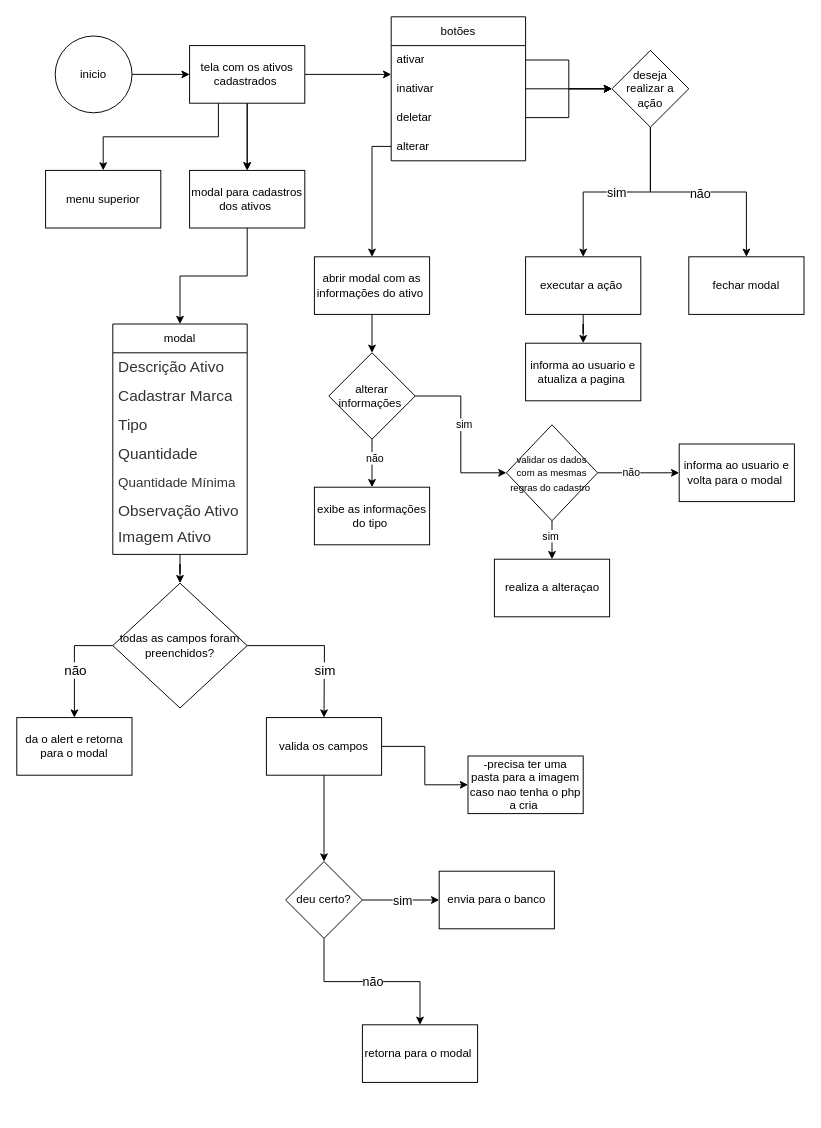
Samuel-Goulart/cadastro.ativos keeps this draw.io diagram as fluxogramas/listar_ativos.drawio. Above is the earlier version. Source tidied: cells renumbered, new cells numbered last; positions are measured from the earlier drawing's top-left corner, leaving out a move shared by most shapes. Both pictures are drawn from the tidied source at 96%, with x=0, y=0 at pixel (16, 16).
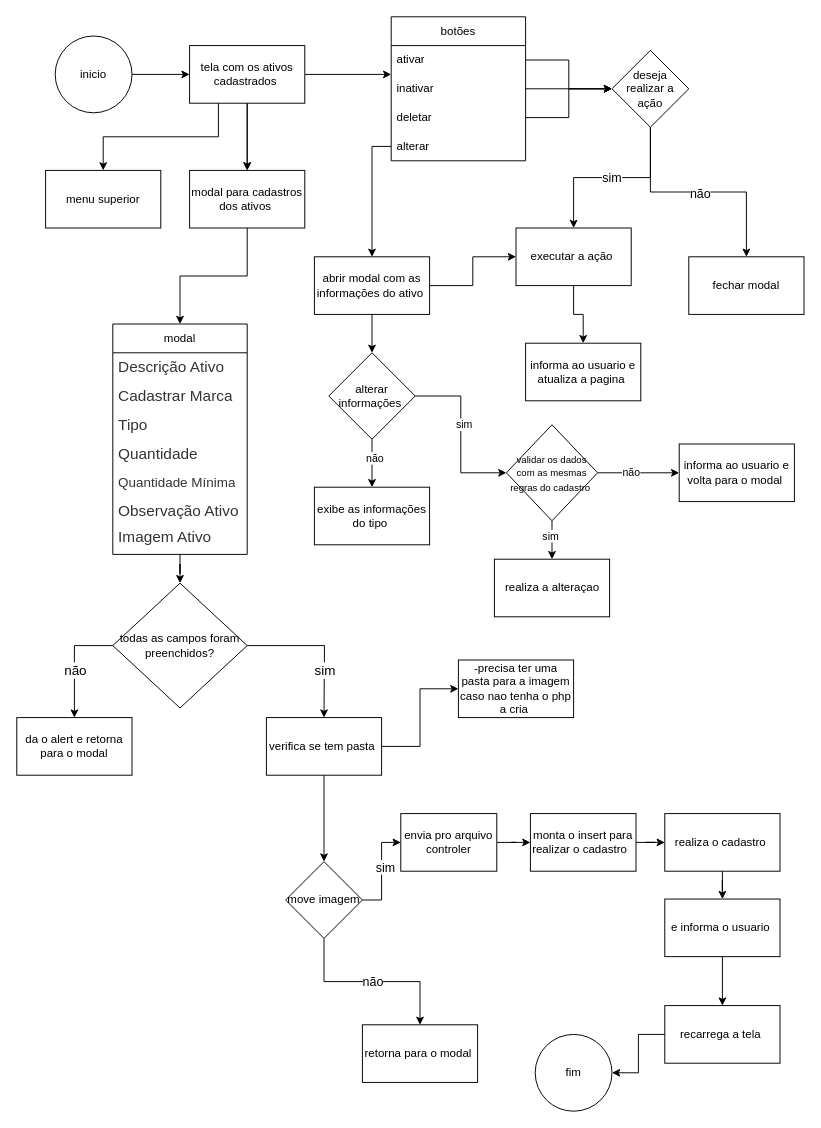
The same diagram, later.

The change refers to these unchanged cells:
```xml
<mxCell id="25" value="abrir modal com as informações do ativo&amp;nbsp;" style="rounded=0;whiteSpace=wrap;html=1;" parent="1" vertex="1">
  <mxGeometry x="310" y="250" width="120" height="60" as="geometry" />
</mxCell>
```

Change to the diagram source:
```diff
@@
     <mxCell id="22" value="executar a ação&amp;nbsp;" style="whiteSpace=wrap;html=1;" parent="1" vertex="1">
-      <mxGeometry x="530" y="250" width="120" height="60" as="geometry" />
+      <mxGeometry x="520" y="220" width="120" height="60" as="geometry" />
     </mxCell>
@@
+    <mxCell id="70" style="edgeStyle=orthogonalEdgeStyle;rounded=0;jettySize=auto;html=1;" parent="1" edge="1" source="25" target="22">
+      <mxGeometry relative="1" as="geometry" />
+    </mxCell>
@@
-    <mxCell id="61" value="valida os campos" style="rounded=0;whiteSpace=wrap;html=1;" parent="1" vertex="1">
+    <mxCell id="61" value="verifica se tem pasta&amp;nbsp;" style="rounded=0;whiteSpace=wrap;html=1;" parent="1" vertex="1">
       <mxGeometry x="260" y="730" width="120" height="60" as="geometry" />
     </mxCell>
     <mxCell id="62" value="-precisa ter uma pasta para a imagem caso nao tenha o php a cria&amp;nbsp;" style="rounded=0;whiteSpace=wrap;html=1;" parent="1" vertex="1">
-      <mxGeometry x="470" y="770" width="120" height="60" as="geometry" />
+      <mxGeometry x="460" y="670" width="120" height="60" as="geometry" />
     </mxCell>
@@
-    <mxCell id="67" value="deu certo?" style="rhombus;whiteSpace=wrap;html=1;rounded=0;" parent="1" vertex="1">
+    <mxCell id="67" value="move imagem" style="rhombus;whiteSpace=wrap;html=1;rounded=0;" parent="1" vertex="1">
       <mxGeometry x="280" y="880" width="80" height="80" as="geometry" />
     </mxCell>
+    <mxCell id="71" style="edgeStyle=orthogonalEdgeStyle;rounded=0;jettySize=auto;html=1;entryX=0;entryY=0.5;entryDx=0;entryDy=0;" parent="1" edge="1" source="68" target="80">
+      <mxGeometry relative="1" as="geometry" />
+    </mxCell>
-    <mxCell id="68" value="envia para o banco" style="rounded=0;whiteSpace=wrap;html=1;" parent="1" vertex="1">
-      <mxGeometry x="440" y="890" width="120" height="60" as="geometry" />
+    <mxCell id="68" value="envia pro arquivo controler" style="rounded=0;whiteSpace=wrap;html=1;" parent="1" vertex="1">
+      <mxGeometry x="400" y="830" width="100" height="60" as="geometry" />
     </mxCell>
@@
+    <mxCell id="72" style="edgeStyle=orthogonalEdgeStyle;rounded=0;jettySize=auto;html=1;" parent="1" edge="1" source="73" target="75">
+      <mxGeometry relative="1" as="geometry" />
+    </mxCell>
+    <mxCell id="73" value="realiza o cadastro&amp;nbsp;" style="rounded=0;whiteSpace=wrap;html=1;" parent="1" vertex="1">
+      <mxGeometry x="675" y="830" width="120" height="60" as="geometry" />
+    </mxCell>
+    <mxCell id="74" style="edgeStyle=orthogonalEdgeStyle;rounded=0;jettySize=auto;html=1;" parent="1" edge="1" source="75" target="77">
+      <mxGeometry relative="1" as="geometry" />
+    </mxCell>
+    <mxCell id="75" value="e informa o usuario&amp;nbsp;" style="rounded=0;whiteSpace=wrap;html=1;" parent="1" vertex="1">
+      <mxGeometry x="675" y="919" width="120" height="60" as="geometry" />
+    </mxCell>
+    <mxCell id="76" style="edgeStyle=orthogonalEdgeStyle;rounded=0;jettySize=auto;html=1;" parent="1" edge="1" source="77" target="78">
+      <mxGeometry relative="1" as="geometry" />
+    </mxCell>
+    <mxCell id="77" value="recarrega a tela&amp;nbsp;" style="rounded=0;whiteSpace=wrap;html=1;" parent="1" vertex="1">
+      <mxGeometry x="675" y="1030" width="120" height="60" as="geometry" />
+    </mxCell>
+    <mxCell id="78" value="fim" style="ellipse;whiteSpace=wrap;html=1;rounded=0;" parent="1" vertex="1">
+      <mxGeometry x="540" y="1060" width="80" height="80" as="geometry" />
+    </mxCell>
+    <mxCell id="79" style="edgeStyle=orthogonalEdgeStyle;rounded=0;jettySize=auto;html=1;" parent="1" edge="1" source="80" target="73">
+      <mxGeometry relative="1" as="geometry" />
+    </mxCell>
+    <mxCell id="80" value="monta o insert para realizar o cadastro&amp;nbsp;&amp;nbsp;" style="rounded=0;whiteSpace=wrap;html=1;" parent="1" vertex="1">
+      <mxGeometry x="535" y="830" width="110" height="60" as="geometry" />
+    </mxCell>
```
